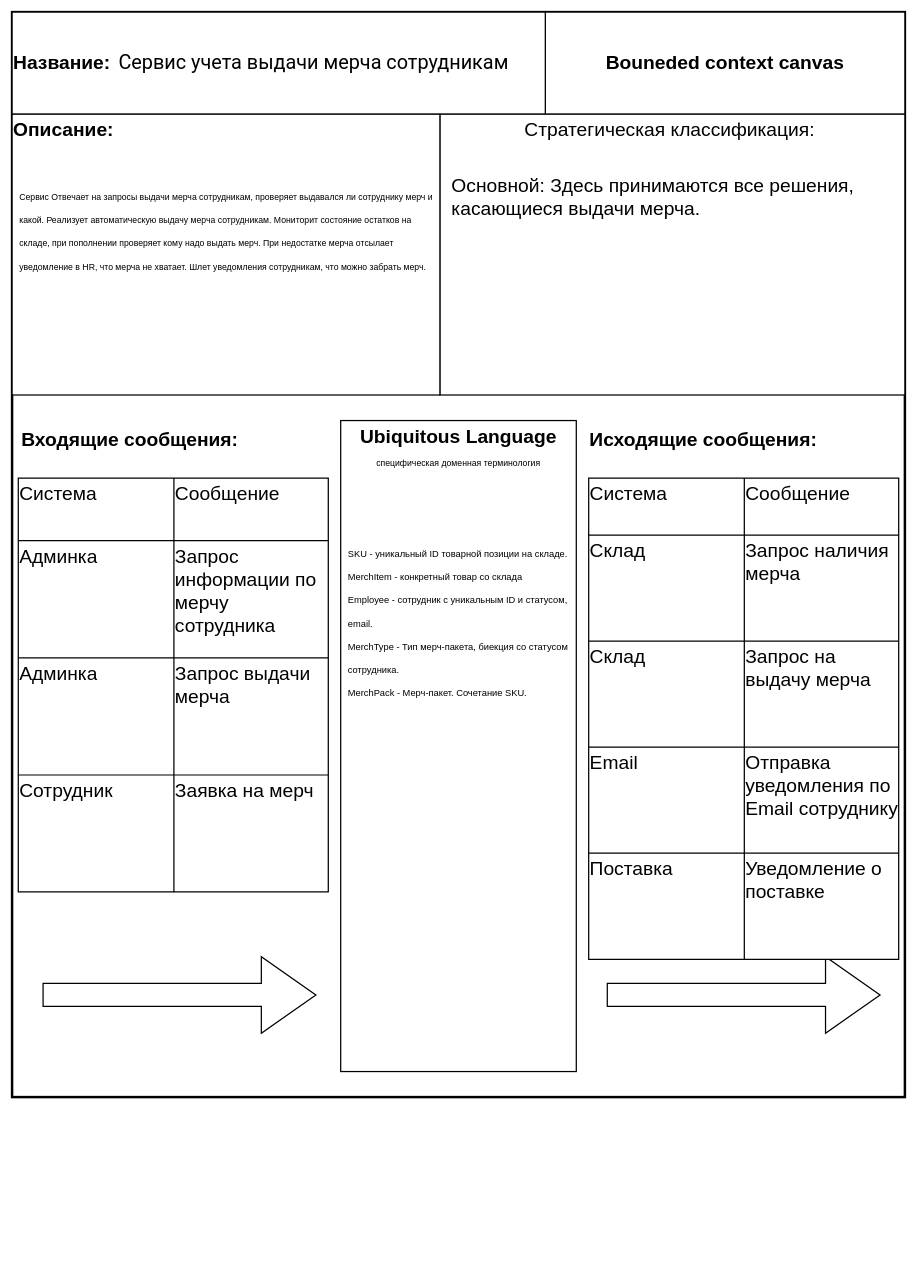
The draw.io diagram Bounded Context Canvas.drawio in ozon-edu-csharp-2021/bkambiev, before the edit. Source tidied: cells renumbered, new cells numbered last; positions are measured from the earlier drawing's top-left corner, leaving out a move shared by most shapes. Both pictures are drawn from the tidied source at 62%, with x=0, y=0 at pixel (12, 12).
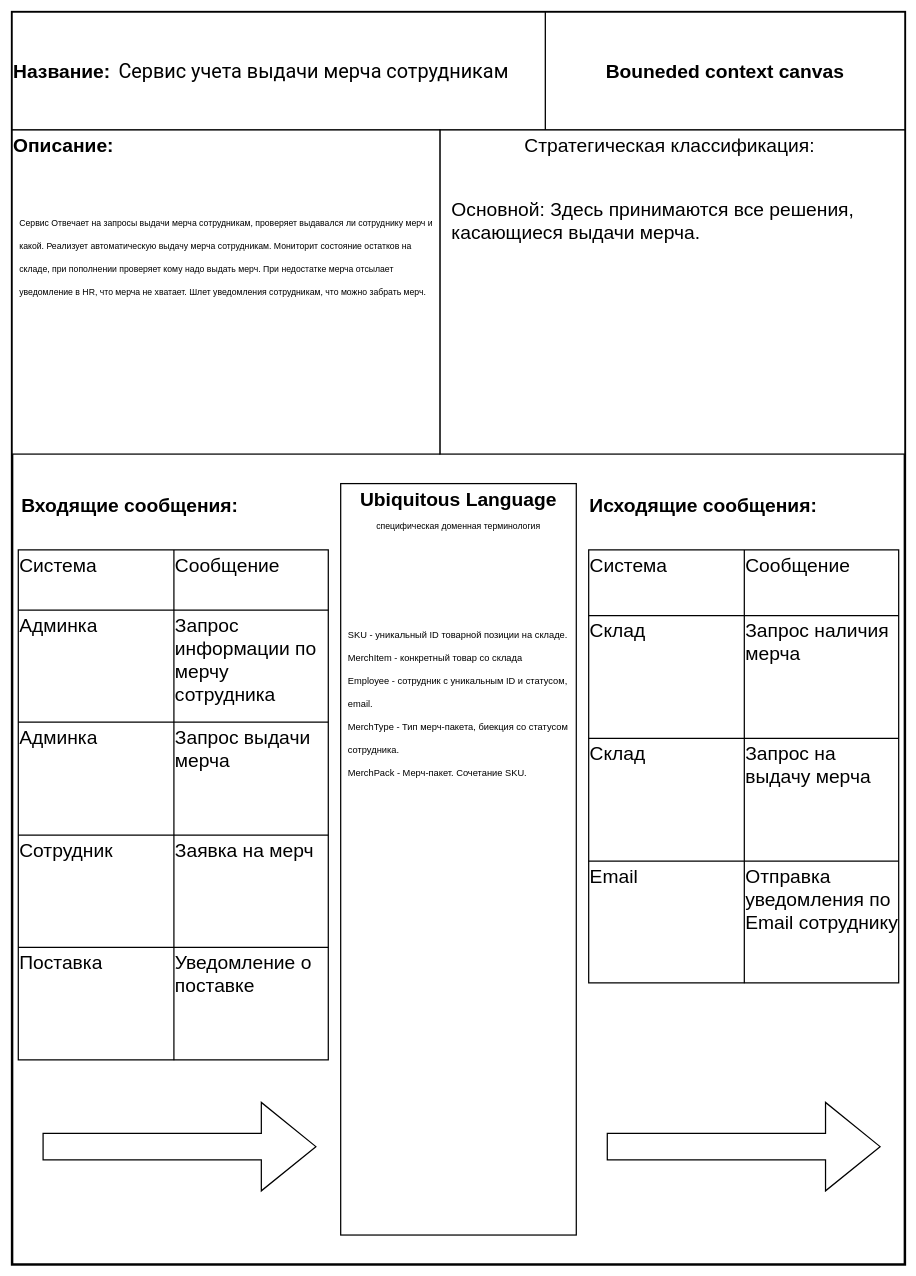
The same page after the edit.

Change to the diagram source:
```diff
@@
     <mxCell id="2" style="group;" parent="1" vertex="1">
-      <mxGeometry width="1440" height="1750" as="geometry" />
+      <mxGeometry width="1440" height="2020" as="geometry" />
     </mxCell>
     <mxCell id="3" style="group;" parent="2" vertex="1">
-      <mxGeometry width="1440" height="1750" as="geometry" />
+      <mxGeometry width="1440" height="2020" as="geometry" />
     </mxCell>
     <mxCell id="4" style="rounded=0;whiteSpace=wrap;html=1;strokeWidth=4;glass=0;shadow=0;sketch=0;" parent="3" vertex="1">
-      <mxGeometry width="1440" height="1750" as="geometry" />
+      <mxGeometry width="1440" height="2020" as="geometry" />
     </mxCell>
     <mxCell id="5" style="shape=singleArrow;whiteSpace=wrap;html=1;shadow=0;fontSize=31;strokeColor=default;strokeWidth=2;verticalAlign=top;" parent="3" vertex="1">
-      <mxGeometry x="50" y="1523.5" width="440" height="123.5" as="geometry" />
+      <mxGeometry x="50" y="1758.6" width="440" height="142.6" as="geometry" />
     </mxCell>
     <mxCell id="6" style="shape=singleArrow;whiteSpace=wrap;html=1;shadow=0;fontSize=31;strokeColor=default;strokeWidth=2;verticalAlign=top;" parent="3" vertex="1">
-      <mxGeometry x="960" y="1523.5" width="440" height="123.5" as="geometry" />
+      <mxGeometry x="960" y="1758.6" width="440" height="142.6" as="geometry" />
     </mxCell>
     <mxCell id="7" value="&lt;b&gt;Входящие сообщения:&lt;/b&gt;" style="text;html=1;strokeColor=none;fillColor=none;align=center;verticalAlign=middle;whiteSpace=wrap;rounded=0;shadow=0;glass=0;sketch=0;fontSize=31;" parent="3" vertex="1">
-      <mxGeometry x="10" y="658.8" width="360" height="61.8" as="geometry" />
+      <mxGeometry x="10" y="760.5" width="360" height="71.3" as="geometry" />
     </mxCell>
     <mxCell id="8" value="&lt;b&gt;Исходящие сообщения:&lt;/b&gt;" style="text;html=1;strokeColor=none;fillColor=none;align=center;verticalAlign=middle;whiteSpace=wrap;rounded=0;shadow=0;glass=0;sketch=0;fontSize=31;" parent="3" vertex="1">
-      <mxGeometry x="930" y="658.8" width="370" height="61.8" as="geometry" />
+      <mxGeometry x="930" y="760.5" width="370" height="71.3" as="geometry" />
     </mxCell>
     <mxCell id="9" style="shape=table;html=1;whiteSpace=wrap;startSize=0;childLayout=tableLayout;rounded=0;shadow=0;glass=0;sketch=0;fontSize=31;strokeColor=default;strokeWidth=2;align=left;verticalAlign=top;" parent="3" vertex="1">
-      <mxGeometry x="10" y="751.5" width="500" height="667.5" as="geometry" />
+      <mxGeometry x="10" y="867.4" width="500" height="822.6" as="geometry" />
     </mxCell>
     <mxCell id="10" style="shape=partialRectangle;html=1;whiteSpace=wrap;fillColor=none;top=0;left=0;bottom=0;right=0;rounded=0;shadow=0;glass=0;sketch=0;fontSize=31;strokeColor=default;strokeWidth=2;align=left;verticalAlign=top;" parent="9" vertex="1">
-      <mxGeometry width="500" height="101" as="geometry" />
+      <mxGeometry width="500" height="97" as="geometry" />
     </mxCell>
     <mxCell id="11" value="Система" style="shape=partialRectangle;html=1;whiteSpace=wrap;fillColor=none;top=0;left=0;bottom=0;right=0;overflow=hidden;rounded=0;shadow=0;glass=0;sketch=0;fontSize=31;strokeColor=default;strokeWidth=2;align=left;verticalAlign=top;" parent="10" vertex="1">
-      <mxGeometry width="251" height="101" as="geometry" />
+      <mxGeometry width="251" height="97" as="geometry" />
     </mxCell>
     <mxCell id="12" value="Сообщение" style="shape=partialRectangle;html=1;whiteSpace=wrap;fillColor=none;top=0;left=0;bottom=0;right=0;overflow=hidden;rounded=0;shadow=0;glass=0;sketch=0;fontSize=31;strokeColor=default;strokeWidth=2;align=left;verticalAlign=top;" parent="10" vertex="1">
-      <mxGeometry x="251" width="249" height="101" as="geometry" />
+      <mxGeometry x="251" width="249" height="97" as="geometry" />
     </mxCell>
     <mxCell id="13" style="shape=partialRectangle;html=1;whiteSpace=wrap;fillColor=none;top=0;left=0;bottom=0;right=0;rounded=0;shadow=0;glass=0;sketch=0;fontSize=31;strokeColor=default;strokeWidth=2;align=left;verticalAlign=top;" parent="9" vertex="1">
-      <mxGeometry y="101" width="500" height="189" as="geometry" />
+      <mxGeometry y="97" width="500" height="181" as="geometry" />
     </mxCell>
     <mxCell id="14" value="Админка" style="shape=partialRectangle;html=1;whiteSpace=wrap;fillColor=none;top=0;left=0;bottom=0;right=0;overflow=hidden;rounded=0;shadow=0;glass=0;sketch=0;fontSize=31;strokeColor=default;strokeWidth=2;align=left;verticalAlign=top;" parent="13" vertex="1">
-      <mxGeometry width="251" height="189" as="geometry" />
+      <mxGeometry width="251" height="181" as="geometry" />
     </mxCell>
     <mxCell id="15" value="Запрос информации по мерчу сотрудника" style="shape=partialRectangle;html=1;whiteSpace=wrap;fillColor=none;top=0;left=0;bottom=0;right=0;overflow=hidden;rounded=0;shadow=0;glass=0;sketch=0;fontSize=31;strokeColor=default;strokeWidth=2;align=left;verticalAlign=top;" parent="13" vertex="1">
-      <mxGeometry x="251" width="249" height="189" as="geometry" />
+      <mxGeometry x="251" width="249" height="181" as="geometry" />
     </mxCell>
     <mxCell id="16" style="shape=partialRectangle;html=1;whiteSpace=wrap;fillColor=none;top=0;left=0;bottom=0;right=0;rounded=0;shadow=0;glass=0;sketch=0;fontSize=31;strokeColor=default;strokeWidth=2;align=left;verticalAlign=top;" parent="9" vertex="1">
-      <mxGeometry y="290" width="500" height="189" as="geometry" />
+      <mxGeometry y="278" width="500" height="182" as="geometry" />
     </mxCell>
     <mxCell id="17" value="Админка" style="shape=partialRectangle;html=1;whiteSpace=wrap;fillColor=none;top=0;left=0;bottom=0;right=0;overflow=hidden;rounded=0;shadow=0;glass=0;sketch=0;fontSize=31;strokeColor=default;strokeWidth=2;align=left;verticalAlign=top;" parent="16" vertex="1">
-      <mxGeometry width="251" height="189" as="geometry" />
+      <mxGeometry width="251" height="182" as="geometry" />
     </mxCell>
     <mxCell id="18" value="Запрос выдачи мерча" style="shape=partialRectangle;html=1;whiteSpace=wrap;fillColor=none;top=0;left=0;bottom=0;right=0;overflow=hidden;rounded=0;shadow=0;glass=0;sketch=0;fontSize=31;strokeColor=default;strokeWidth=2;align=left;verticalAlign=top;" parent="16" vertex="1">
-      <mxGeometry x="251" width="249" height="189" as="geometry" />
+      <mxGeometry x="251" width="249" height="182" as="geometry" />
     </mxCell>
     <mxCell id="19" style="shape=partialRectangle;html=1;whiteSpace=wrap;fillColor=none;top=0;left=0;bottom=0;right=0;rounded=0;shadow=0;glass=0;sketch=0;fontSize=31;strokeColor=default;strokeWidth=2;align=left;verticalAlign=top;" parent="9" vertex="1">
-      <mxGeometry y="479" width="500" height="189" as="geometry" />
+      <mxGeometry y="460" width="500" height="181" as="geometry" />
     </mxCell>
     <mxCell id="20" value="Сотрудник" style="shape=partialRectangle;html=1;whiteSpace=wrap;fillColor=none;top=0;left=0;bottom=0;right=0;overflow=hidden;rounded=0;shadow=0;glass=0;sketch=0;fontSize=31;strokeColor=default;strokeWidth=2;align=left;verticalAlign=top;" parent="19" vertex="1">
-      <mxGeometry width="251" height="189" as="geometry" />
+      <mxGeometry width="251" height="181" as="geometry" />
     </mxCell>
     <mxCell id="21" value="Заявка на мерч" style="shape=partialRectangle;html=1;whiteSpace=wrap;fillColor=none;top=0;left=0;bottom=0;right=0;overflow=hidden;rounded=0;shadow=0;glass=0;sketch=0;fontSize=31;strokeColor=default;strokeWidth=2;align=left;verticalAlign=top;" parent="19" vertex="1">
-      <mxGeometry x="251" width="249" height="189" as="geometry" />
+      <mxGeometry x="251" width="249" height="181" as="geometry" />
     </mxCell>
+    <mxCell id="52" style="shape=partialRectangle;html=1;whiteSpace=wrap;fillColor=none;top=0;left=0;bottom=0;right=0;rounded=0;shadow=0;glass=0;sketch=0;fontSize=31;strokeColor=default;strokeWidth=2;align=left;verticalAlign=top;" parent="9" vertex="1">
+      <mxGeometry y="641" width="500" height="182" as="geometry" />
+    </mxCell>
+    <mxCell id="36" value="Поставка" style="shape=partialRectangle;html=1;whiteSpace=wrap;fillColor=none;top=0;left=0;bottom=0;right=0;overflow=hidden;rounded=0;shadow=0;glass=0;sketch=0;fontSize=31;strokeColor=default;strokeWidth=2;align=left;verticalAlign=top;" parent="52" vertex="1">
+      <mxGeometry width="251" height="182" as="geometry" />
+    </mxCell>
+    <mxCell id="37" value="Уведомление о поставке" style="shape=partialRectangle;html=1;whiteSpace=wrap;fillColor=none;top=0;left=0;bottom=0;right=0;overflow=hidden;rounded=0;shadow=0;glass=0;sketch=0;fontSize=31;strokeColor=default;strokeWidth=2;align=left;verticalAlign=top;" parent="52" vertex="1">
+      <mxGeometry x="251" width="249" height="182" as="geometry" />
+    </mxCell>
     <mxCell id="22" style="shape=table;html=1;whiteSpace=wrap;startSize=0;childLayout=tableLayout;rounded=0;shadow=0;glass=0;sketch=0;fontSize=31;strokeColor=default;strokeWidth=2;align=left;verticalAlign=top;" parent="3" vertex="1">
-      <mxGeometry x="930" y="751.5" width="500" height="776.4" as="geometry" />
+      <mxGeometry x="930" y="867.4" width="500" height="698.5" as="geometry" />
     </mxCell>
     <mxCell id="23" style="shape=partialRectangle;html=1;whiteSpace=wrap;fillColor=none;top=0;left=0;bottom=0;right=0;rounded=0;shadow=0;glass=0;sketch=0;fontSize=31;strokeColor=default;strokeWidth=2;align=left;verticalAlign=top;" parent="22" vertex="1">
-      <mxGeometry width="500" height="92" as="geometry" />
+      <mxGeometry width="500" height="106" as="geometry" />
     </mxCell>
     <mxCell id="24" value="Система" style="shape=partialRectangle;html=1;whiteSpace=wrap;fillColor=none;top=0;left=0;bottom=0;right=0;overflow=hidden;rounded=0;shadow=0;glass=0;sketch=0;fontSize=31;strokeColor=default;strokeWidth=2;align=left;verticalAlign=top;" parent="23" vertex="1">
-      <mxGeometry width="251" height="92" as="geometry" />
+      <mxGeometry width="251" height="106" as="geometry" />
     </mxCell>
     <mxCell id="25" value="Сообщение" style="shape=partialRectangle;html=1;whiteSpace=wrap;fillColor=none;top=0;left=0;bottom=0;right=0;overflow=hidden;rounded=0;shadow=0;glass=0;sketch=0;fontSize=31;strokeColor=default;strokeWidth=2;align=left;verticalAlign=top;" parent="23" vertex="1">
-      <mxGeometry x="251" width="249" height="92" as="geometry" />
+      <mxGeometry x="251" width="249" height="106" as="geometry" />
     </mxCell>
     <mxCell id="26" style="shape=partialRectangle;html=1;whiteSpace=wrap;fillColor=none;top=0;left=0;bottom=0;right=0;rounded=0;shadow=0;glass=0;sketch=0;fontSize=31;strokeColor=default;strokeWidth=2;align=left;verticalAlign=top;" parent="22" vertex="1">
-      <mxGeometry y="92" width="500" height="171" as="geometry" />
+      <mxGeometry y="106" width="500" height="198" as="geometry" />
     </mxCell>
     <mxCell id="27" value="Склад" style="shape=partialRectangle;html=1;whiteSpace=wrap;fillColor=none;top=0;left=0;bottom=0;right=0;overflow=hidden;rounded=0;shadow=0;glass=0;sketch=0;fontSize=31;strokeColor=default;strokeWidth=2;align=left;verticalAlign=top;" parent="26" vertex="1">
-      <mxGeometry width="251" height="171" as="geometry" />
+      <mxGeometry width="251" height="198" as="geometry" />
     </mxCell>
     <mxCell id="28" value="Запрос наличия мерча" style="shape=partialRectangle;html=1;whiteSpace=wrap;fillColor=none;top=0;left=0;bottom=0;right=0;overflow=hidden;rounded=0;shadow=0;glass=0;sketch=0;fontSize=31;strokeColor=default;strokeWidth=2;align=left;verticalAlign=top;" parent="26" vertex="1">
-      <mxGeometry x="251" width="249" height="171" as="geometry" />
+      <mxGeometry x="251" width="249" height="198" as="geometry" />
     </mxCell>
     <mxCell id="29" style="shape=partialRectangle;html=1;whiteSpace=wrap;fillColor=none;top=0;left=0;bottom=0;right=0;rounded=0;shadow=0;glass=0;sketch=0;fontSize=31;strokeColor=default;strokeWidth=2;align=left;verticalAlign=top;" parent="22" vertex="1">
-      <mxGeometry y="263" width="500" height="171" as="geometry" />
+      <mxGeometry y="304" width="500" height="198" as="geometry" />
     </mxCell>
     <mxCell id="30" value="Склад" style="shape=partialRectangle;html=1;whiteSpace=wrap;fillColor=none;top=0;left=0;bottom=0;right=0;overflow=hidden;rounded=0;shadow=0;glass=0;sketch=0;fontSize=31;strokeColor=default;strokeWidth=2;align=left;verticalAlign=top;" parent="29" vertex="1">
-      <mxGeometry width="251" height="171" as="geometry" />
+      <mxGeometry width="251" height="198" as="geometry" />
     </mxCell>
     <mxCell id="31" value="Запрос на выдачу мерча" style="shape=partialRectangle;html=1;whiteSpace=wrap;fillColor=none;top=0;left=0;bottom=0;right=0;overflow=hidden;rounded=0;shadow=0;glass=0;sketch=0;fontSize=31;strokeColor=default;strokeWidth=2;align=left;verticalAlign=top;" parent="29" vertex="1">
-      <mxGeometry x="251" width="249" height="171" as="geometry" />
+      <mxGeometry x="251" width="249" height="198" as="geometry" />
     </mxCell>
     <mxCell id="32" style="shape=partialRectangle;html=1;whiteSpace=wrap;fillColor=none;top=0;left=0;bottom=0;right=0;rounded=0;shadow=0;glass=0;sketch=0;fontSize=31;strokeColor=default;strokeWidth=2;align=left;verticalAlign=top;" parent="22" vertex="1">
-      <mxGeometry y="434" width="500" height="171" as="geometry" />
+      <mxGeometry y="502" width="500" height="197" as="geometry" />
     </mxCell>
     <mxCell id="33" value="Email" style="shape=partialRectangle;html=1;whiteSpace=wrap;fillColor=none;top=0;left=0;bottom=0;right=0;overflow=hidden;rounded=0;shadow=0;glass=0;sketch=0;fontSize=31;strokeColor=default;strokeWidth=2;align=left;verticalAlign=top;" parent="32" vertex="1">
-      <mxGeometry width="251" height="171" as="geometry" />
+      <mxGeometry width="251" height="197" as="geometry" />
     </mxCell>
     <mxCell id="34" value="Отправка уведомления по Email сотруднику" style="shape=partialRectangle;html=1;whiteSpace=wrap;fillColor=none;top=0;left=0;bottom=0;right=0;overflow=hidden;rounded=0;shadow=0;glass=0;sketch=0;fontSize=31;strokeColor=default;strokeWidth=2;align=left;verticalAlign=top;" parent="32" vertex="1">
-      <mxGeometry x="251" width="249" height="171" as="geometry" />
+      <mxGeometry x="251" width="249" height="197" as="geometry" />
     </mxCell>
-    <mxCell id="35" style="shape=partialRectangle;html=1;whiteSpace=wrap;fillColor=none;top=0;left=0;bottom=0;right=0;rounded=0;shadow=0;glass=0;sketch=0;fontSize=31;strokeColor=default;strokeWidth=2;align=left;verticalAlign=top;" parent="22" vertex="1">
-      <mxGeometry y="605" width="500" height="171" as="geometry" />
-    </mxCell>
-    <mxCell id="36" value="Поставка" style="shape=partialRectangle;html=1;whiteSpace=wrap;fillColor=none;top=0;left=0;bottom=0;right=0;overflow=hidden;rounded=0;shadow=0;glass=0;sketch=0;fontSize=31;strokeColor=default;strokeWidth=2;align=left;verticalAlign=top;" parent="35" vertex="1">
-      <mxGeometry width="251" height="171" as="geometry" />
-    </mxCell>
-    <mxCell id="37" value="Уведомление о поставке" style="shape=partialRectangle;html=1;whiteSpace=wrap;fillColor=none;top=0;left=0;bottom=0;right=0;overflow=hidden;rounded=0;shadow=0;glass=0;sketch=0;fontSize=31;strokeColor=default;strokeWidth=2;align=left;verticalAlign=top;" parent="35" vertex="1">
-      <mxGeometry x="251" width="249" height="171" as="geometry" />
-    </mxCell>
     <mxCell id="38" value="&lt;b&gt;Ubiquitous Language&lt;/b&gt;&lt;br&gt;&lt;font style=&quot;font-size: 14px&quot;&gt;специфическая доменная терминология&lt;/font&gt;" style="rounded=0;whiteSpace=wrap;html=1;shadow=0;strokeColor=default;strokeWidth=2;verticalAlign=top;fontSize=31;fontStyle=0;" parent="2" vertex="1">
-      <mxGeometry x="530" y="658.8" width="380" height="1050" as="geometry" />
+      <mxGeometry x="530" y="760.5" width="380" height="1212" as="geometry" />
     </mxCell>
     <mxCell id="39" style="group;" parent="2" vertex="1">
-      <mxGeometry width="1440" height="617.6" as="geometry" />
+      <mxGeometry width="1440" height="712.9" as="geometry" />
     </mxCell>
     <mxCell id="40" style="group;strokeColor=none;shadow=0;align=left;" parent="39" vertex="1">
-      <mxGeometry width="1440" height="164.7" as="geometry" />
+      <mxGeometry width="1440" height="190.1" as="geometry" />
     </mxCell>
     <mxCell id="41" style="group;" parent="40" vertex="1">
-      <mxGeometry width="1440" height="164.7" as="geometry" />
+      <mxGeometry width="1440" height="190.1" as="geometry" />
     </mxCell>
     <mxCell id="42" value="&lt;font style=&quot;font-size: 31px&quot;&gt;&lt;b&gt;Bouneded context canvas&lt;/b&gt;&lt;/font&gt;" style="rounded=0;whiteSpace=wrap;html=1;strokeWidth=2;strokeColor=default;" parent="41" vertex="1">
-      <mxGeometry x="860" width="580" height="164.7" as="geometry" />
+      <mxGeometry x="860" width="580" height="190.1" as="geometry" />
     </mxCell>
     <mxCell id="43" style="group;" parent="41" vertex="1">
-      <mxGeometry width="860" height="164.7" as="geometry" />
+      <mxGeometry width="860" height="190.1" as="geometry" />
     </mxCell>
     <mxCell id="44" value="&lt;b&gt;&lt;font style=&quot;font-size: 31px&quot;&gt;Название:&amp;nbsp;&lt;/font&gt;&lt;/b&gt;" style="rounded=0;whiteSpace=wrap;html=1;strokeWidth=2;align=left;" parent="43" vertex="1">
-      <mxGeometry width="860" height="164.7" as="geometry" />
+      <mxGeometry width="860" height="190.1" as="geometry" />
     </mxCell>
     <mxCell id="45" value="&lt;span style=&quot;font-family: &amp;#34;roboto&amp;#34; , &amp;#34;arial&amp;#34; , sans-serif ; background-color: rgb(255 , 255 , 255)&quot;&gt;&lt;font style=&quot;font-size: 32px&quot;&gt;Сервис учета выдачи мерча сотрудникам&lt;/font&gt;&lt;/span&gt;" style="text;html=1;strokeColor=none;fillColor=none;align=left;verticalAlign=middle;whiteSpace=wrap;rounded=0;shadow=0;fontSize=31;" parent="43" vertex="1">
-      <mxGeometry x="170" y="20.6" width="670" height="123.5" as="geometry" />
+      <mxGeometry x="170" y="23.8" width="670" height="142.6" as="geometry" />
     </mxCell>
     <mxCell id="46" value="&lt;font style=&quot;font-size: 31px&quot;&gt;Стратегическая классификация:&amp;nbsp;&lt;/font&gt;" style="rounded=0;whiteSpace=wrap;html=1;shadow=0;strokeColor=default;strokeWidth=2;verticalAlign=top;spacingRight=0;spacing=2;sketch=0;" parent="39" vertex="1">
-      <mxGeometry x="690" y="164.7" width="750" height="452.9" as="geometry" />
+      <mxGeometry x="690" y="190.1" width="750" height="522.8" as="geometry" />
     </mxCell>
     <mxCell id="47" style="group;" parent="39" vertex="1">
-      <mxGeometry y="164.7" width="690" height="452.9" as="geometry" />
+      <mxGeometry y="190.1" width="690" height="522.8" as="geometry" />
     </mxCell>
     <mxCell id="48" value="&lt;font style=&quot;font-size: 31px&quot;&gt;&lt;b&gt;Описание:&lt;/b&gt;&lt;/font&gt;" style="rounded=0;whiteSpace=wrap;html=1;shadow=0;strokeColor=default;strokeWidth=2;align=left;verticalAlign=top;" parent="47" vertex="1">
-      <mxGeometry width="690" height="452.9" as="geometry" />
+      <mxGeometry width="690" height="522.8" as="geometry" />
     </mxCell>
     <mxCell id="49" value="&lt;font style=&quot;font-size: 14px&quot;&gt;Сервис Отвечает на запросы выдачи мерча сотрудникам, проверяет выдавался ли сотруднику мерч и какой. Реализует автоматическую выдачу мерча сотрудникам. Мониторит состояние остатков на складе, при пополнении проверяет кому надо выдать мерч. При недостатке мерча отсылает уведомление в HR, что мерча не хватает. Шлет уведомления сотрудникам, что можно забрать мерч.&lt;/font&gt;" style="text;html=1;strokeColor=none;fillColor=none;align=left;verticalAlign=top;whiteSpace=wrap;rounded=0;shadow=0;fontSize=31;" parent="47" vertex="1">
-      <mxGeometry x="10" y="102.9" width="670" height="329.4" as="geometry" />
+      <mxGeometry x="10" y="118.8" width="670" height="380.2" as="geometry" />
     </mxCell>
     <mxCell id="50" value="Основной: Здесь принимаются все решения, касающиеся выдачи мерча." style="text;html=1;strokeColor=none;fillColor=none;align=left;verticalAlign=top;whiteSpace=wrap;rounded=0;shadow=0;fontSize=31;" parent="39" vertex="1">
-      <mxGeometry x="707" y="254.9" width="713" height="339.8" as="geometry" />
+      <mxGeometry x="707" y="294.2" width="713" height="392.2" as="geometry" />
     </mxCell>
     <mxCell id="51" value="&lt;font style=&quot;font-size: 15px&quot;&gt;SKU - уникальный ID товарной позиции на складе.&lt;br&gt;MerchItem - конкретный товар со склада&lt;br&gt;Employee - сотрудник с уникальным ID и статусом, email.&lt;br&gt;MerchType - Тип мерч-пакета, биекция со статусом сотрудника.&lt;br&gt;MerchPack - Мерч-пакет. Сочетание SKU.&lt;br&gt;&lt;br&gt;&lt;br&gt;&lt;/font&gt;" style="text;html=1;strokeColor=none;fillColor=none;align=left;verticalAlign=top;whiteSpace=wrap;rounded=0;shadow=0;glass=0;sketch=0;fontSize=31;" parent="2" vertex="1">
-      <mxGeometry x="540" y="844.1" width="360" height="855.9" as="geometry" />
+      <mxGeometry x="540" y="974.3" width="360" height="987.9" as="geometry" />
     </mxCell>
```
